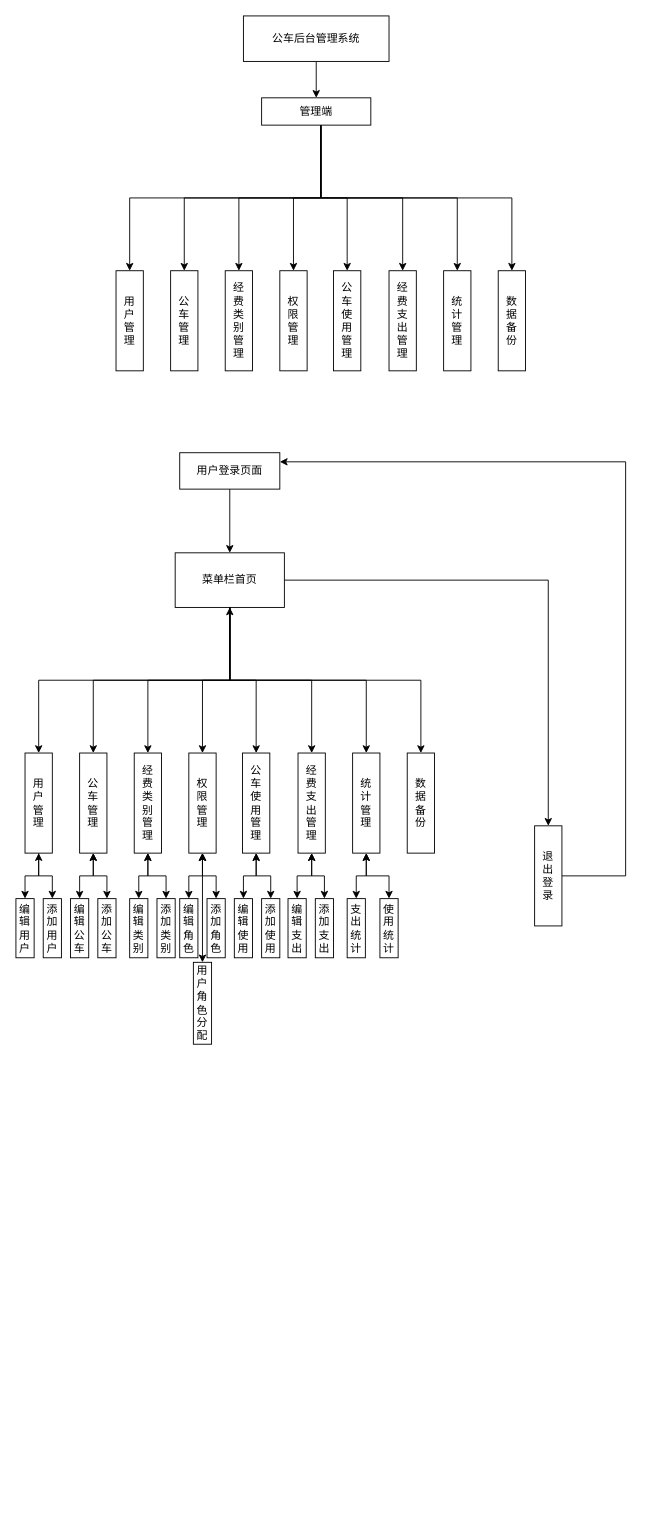
tkbyjb/HexoToTypecho keeps this draw.io diagram as Untitled Diagram.drawio. Above is the earlier version. Source tidied: cells renumbered, new cells numbered last; positions are measured from the earlier drawing's top-left corner, leaving out a move shared by most shapes. Both pictures are drawn from the tidied source at 91%, with x=0, y=0 at pixel (15, 15).
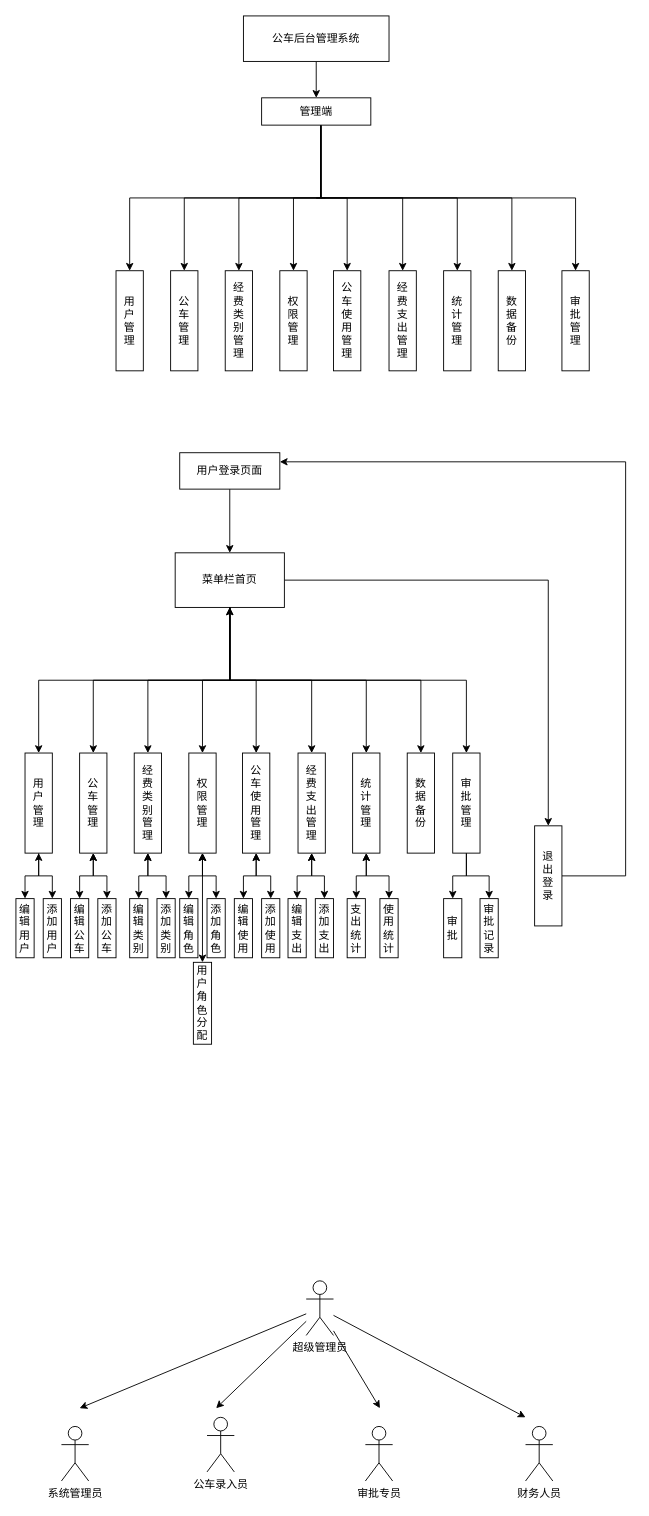
After the change.

The change refers to these unchanged cells:
```xml
<mxCell id="24" value="菜单栏首页" style="whiteSpace=wrap;html=1;rounded=0;" parent="1" vertex="1">
  <mxGeometry x="175" y="590" width="120" height="60" as="geometry" />
</mxCell>
```

Diff of the diagram source:
```diff
@@
+    <mxCell id="73" style="edgeStyle=orthogonalEdgeStyle;rounded=0;jettySize=auto;html=1;startArrow=none;startFill=0;" parent="1" edge="1" target="78">
+      <mxGeometry relative="1" as="geometry">
+        <mxPoint x="340" y="200" as="sourcePoint" />
+        <Array as="points">
+          <mxPoint x="330" y="200" />
+          <mxPoint x="615" y="200" />
+        </Array>
+      </mxGeometry>
+    </mxCell>
@@
+    <mxCell id="74" style="edgeStyle=orthogonalEdgeStyle;rounded=0;jettySize=auto;html=1;startArrow=classic;startFill=1;" parent="1" edge="1" source="24" target="77">
+      <mxGeometry relative="1" as="geometry">
+        <Array as="points">
+          <mxPoint x="235" y="730" />
+          <mxPoint x="495" y="730" />
+        </Array>
+      </mxGeometry>
+    </mxCell>
@@
+    <mxCell id="75" style="edgeStyle=orthogonalEdgeStyle;rounded=0;jettySize=auto;html=1;entryX=0.5;entryY=0;entryDx=0;entryDy=0;startArrow=none;startFill=0;" parent="1" edge="1" source="77" target="79">
+      <mxGeometry relative="1" as="geometry" />
+    </mxCell>
+    <mxCell id="76" style="edgeStyle=orthogonalEdgeStyle;rounded=0;jettySize=auto;html=1;entryX=0.5;entryY=0;entryDx=0;entryDy=0;startArrow=none;startFill=0;" parent="1" edge="1" source="77" target="80">
+      <mxGeometry relative="1" as="geometry" />
+    </mxCell>
+    <mxCell id="77" value="审&lt;br&gt;批&lt;br&gt;管&lt;br&gt;理" style="rounded=0;whiteSpace=wrap;html=1;" parent="1" vertex="1">
+      <mxGeometry x="480" y="810" width="30" height="110" as="geometry" />
+    </mxCell>
+    <mxCell id="78" value="审&lt;br&gt;批&lt;br&gt;管&lt;br&gt;理" style="rounded=0;whiteSpace=wrap;html=1;" parent="1" vertex="1">
+      <mxGeometry x="600" y="280" width="30" height="110" as="geometry" />
+    </mxCell>
+    <mxCell id="79" value="审批" style="rounded=0;whiteSpace=wrap;html=1;" parent="1" vertex="1">
+      <mxGeometry x="470" y="970" width="20" height="65" as="geometry" />
+    </mxCell>
+    <mxCell id="80" value="审批记录" style="rounded=0;whiteSpace=wrap;html=1;" parent="1" vertex="1">
+      <mxGeometry x="510" y="970" width="20" height="65" as="geometry" />
+    </mxCell>
+    <mxCell id="81" style="rounded=0;jettySize=auto;html=1;startArrow=none;startFill=0;" parent="1" edge="1" source="85">
+      <mxGeometry relative="1" as="geometry">
+        <mxPoint x="220" y="1530" as="targetPoint" />
+      </mxGeometry>
+    </mxCell>
+    <mxCell id="82" style="edgeStyle=none;rounded=0;jettySize=auto;html=1;startArrow=none;startFill=0;" parent="1" edge="1" source="85">
+      <mxGeometry relative="1" as="geometry">
+        <mxPoint x="400" y="1530" as="targetPoint" />
+      </mxGeometry>
+    </mxCell>
+    <mxCell id="83" style="edgeStyle=none;rounded=0;jettySize=auto;html=1;startArrow=none;startFill=0;" parent="1" edge="1" source="85">
+      <mxGeometry relative="1" as="geometry">
+        <mxPoint x="560" y="1540" as="targetPoint" />
+      </mxGeometry>
+    </mxCell>
+    <mxCell id="84" style="edgeStyle=none;rounded=0;jettySize=auto;html=1;startArrow=none;startFill=0;" parent="1" edge="1" source="85">
+      <mxGeometry relative="1" as="geometry">
+        <mxPoint x="70" y="1530" as="targetPoint" />
+      </mxGeometry>
+    </mxCell>
+    <mxCell id="85" value="超级管理员" style="shape=umlActor;verticalLabelPosition=bottom;verticalAlign=top;html=1;outlineConnect=0;" parent="1" vertex="1">
+      <mxGeometry x="319" y="1390" width="30" height="60" as="geometry" />
+    </mxCell>
+    <mxCell id="86" value="公车录入员" style="shape=umlActor;verticalLabelPosition=bottom;verticalAlign=top;html=1;" parent="1" vertex="1">
+      <mxGeometry x="210" y="1540" width="30" height="60" as="geometry" />
+    </mxCell>
+    <mxCell id="87" value="审批专员" style="shape=umlActor;verticalLabelPosition=bottom;verticalAlign=top;html=1;" parent="1" vertex="1">
+      <mxGeometry x="384" y="1550" width="30" height="60" as="geometry" />
+    </mxCell>
+    <mxCell id="88" value="财务人员" style="shape=umlActor;verticalLabelPosition=bottom;verticalAlign=top;html=1;" parent="1" vertex="1">
+      <mxGeometry x="560" y="1550" width="30" height="60" as="geometry" />
+    </mxCell>
+    <mxCell id="89" value="系统管理员" style="shape=umlActor;verticalLabelPosition=bottom;verticalAlign=top;html=1;" parent="1" vertex="1">
+      <mxGeometry x="50" y="1550" width="30" height="60" as="geometry" />
+    </mxCell>
```
